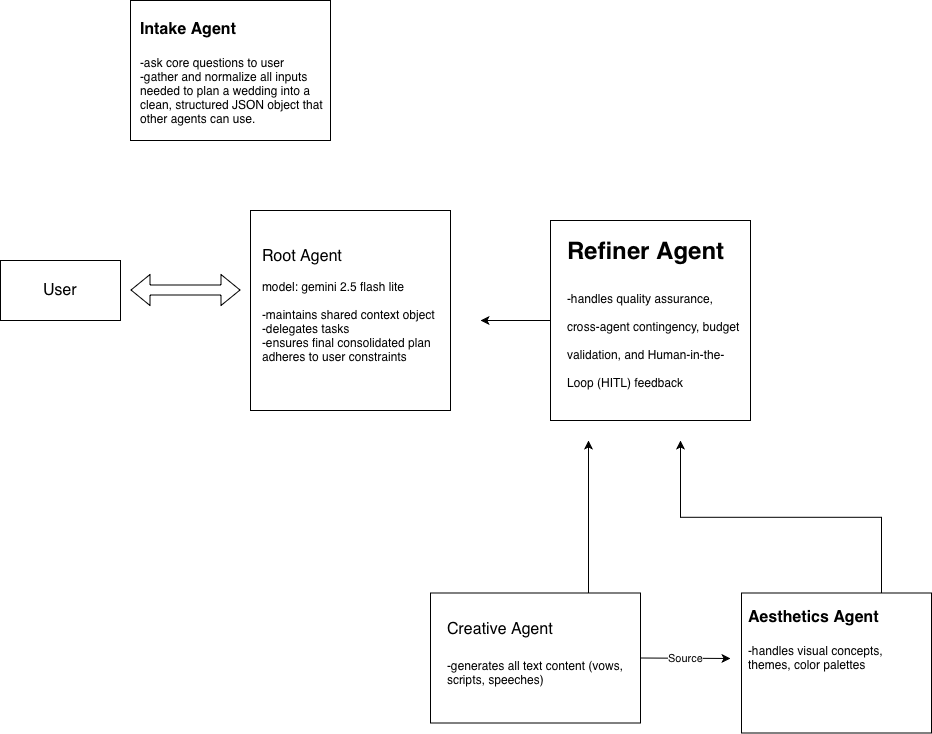
Before: wedding_agent/Wedding Agent.drawio.png, a diagram exported from draw.io (GaemiStudio/Agent-EverAfter-Engine). Source tidied: cells renumbered, new cells last; positions are measured from the earlier drawing's top-left corner, leaving out a move shared by most shapes.
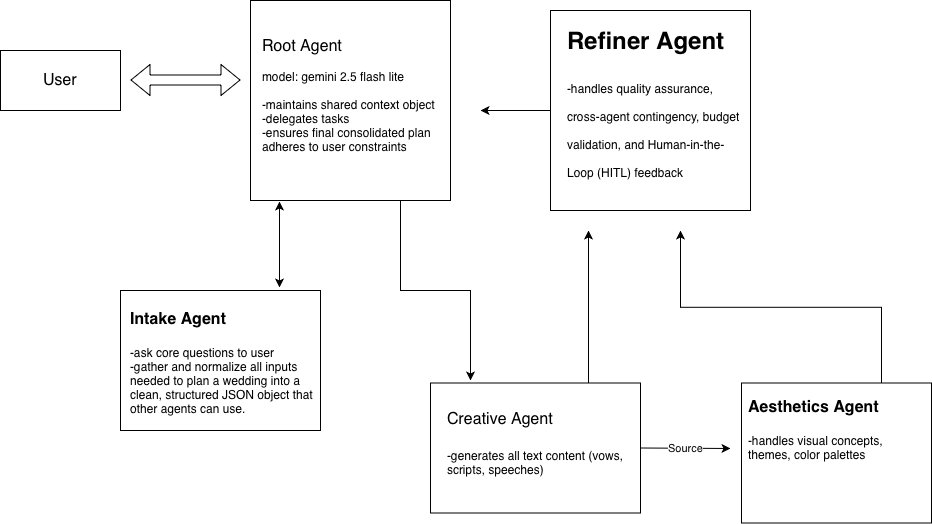
After the change.

Diff of the diagram source:
```diff
@@ -2,6 +2,11 @@
   <root>
     <mxCell id="0" />
     <mxCell id="1" parent="0" />
+    <mxCell id="21" style="edgeStyle=orthogonalEdgeStyle;rounded=0;jettySize=auto;html=1;exitX=0.75;exitY=1;exitDx=0;exitDy=0;" parent="1" edge="1" source="2">
+      <mxGeometry relative="1" as="geometry">
+        <mxPoint x="470" y="590" as="targetPoint" />
+      </mxGeometry>
+    </mxCell>
     <mxCell id="2" style="whiteSpace=wrap;html=1;" parent="1" vertex="1">
       <mxGeometry x="250" y="210" width="200" height="200" as="geometry" />
     </mxCell>
@@ -72,10 +77,15 @@
       <mxGeometry relative="1" as="geometry" />
     </mxCell>
     <mxCell id="19" style="rounded=0;whiteSpace=wrap;html=1;" parent="1" vertex="1">
-      <mxGeometry x="130" width="200" height="140" as="geometry" />
+      <mxGeometry x="120" y="500" width="200" height="140" as="geometry" />
     </mxCell>
     <mxCell id="20" value="&lt;h1 style=&quot;margin-top: 0px;&quot;&gt;&lt;font style=&quot;font-size: 16px;&quot;&gt;Intake Agent&lt;/font&gt;&lt;/h1&gt;&lt;div&gt;-ask core questions to user&lt;/div&gt;&lt;div&gt;-gather and normalize all inputs needed to plan a wedding into a clean, structured JSON object that other agents can use.&lt;/div&gt;" style="text;html=1;whiteSpace=wrap;overflow=hidden;rounded=0;" parent="1" vertex="1">
-      <mxGeometry x="137.5" y="5" width="185" height="130" as="geometry" />
+      <mxGeometry x="127.5" y="505" width="185" height="130" as="geometry" />
     </mxCell>
+    <mxCell id="22" style="endArrow=classic;startArrow=classic;html=1;rounded=0;entryX=0.145;entryY=1.005;entryDx=0;entryDy=0;entryPerimeter=0;" parent="1" edge="1" target="2">
+      <mxGeometry relative="1" as="geometry">
+        <mxPoint x="279" y="497" as="sourcePoint" />
+      </mxGeometry>
+    </mxCell>
   </root>
 </mxGraphModel>
```
